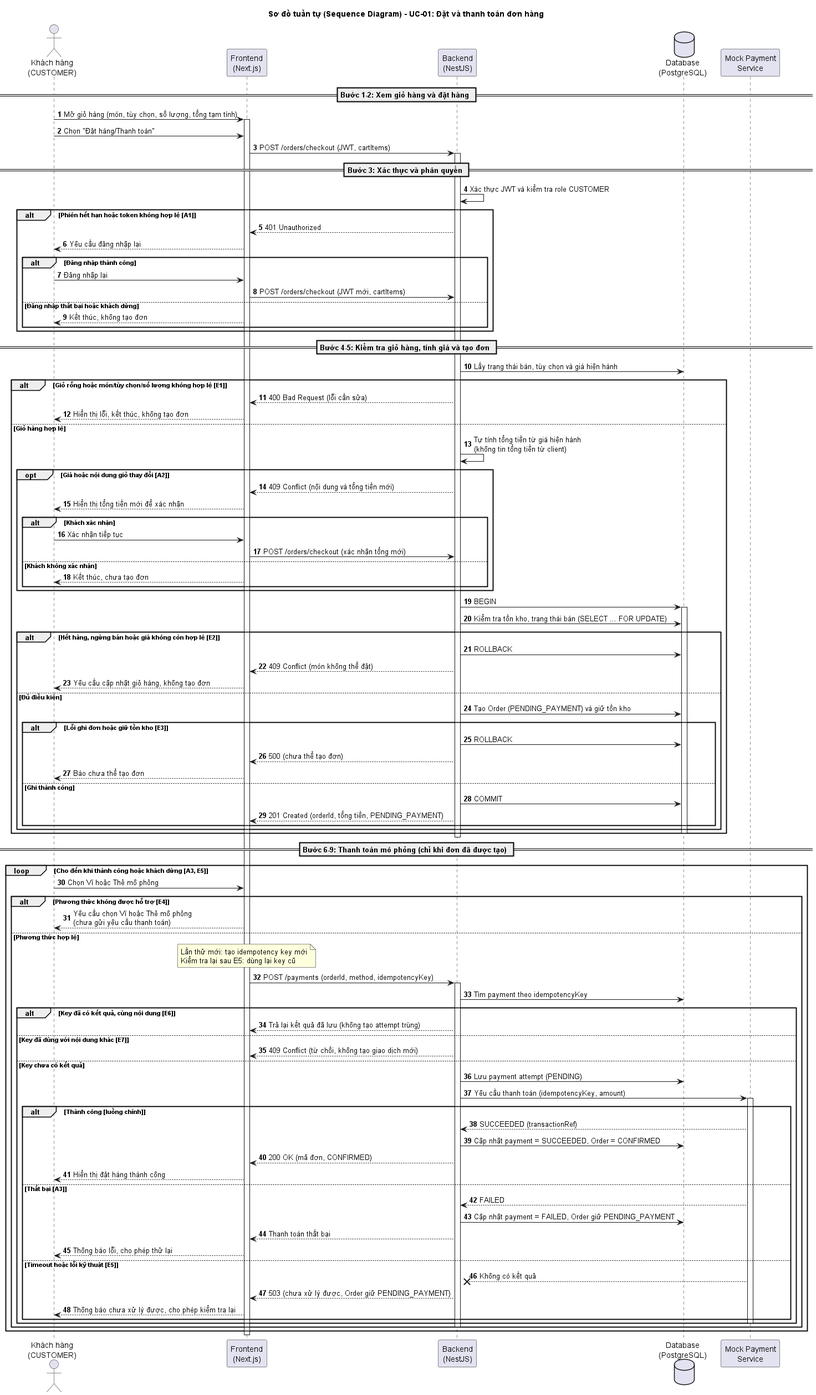
nguyenmintam23-z/BrewLite keeps this PlantUML diagram as docs/diagrams/exports/Sequence_Order_Checkout.png. Above is the earlier version. The source it was exported from:
```plantuml
@startuml Sequence_Order_Checkout
autonumber
skinparam BoxPadding 10
skinparam ParticipantPadding 10

actor "Khách hàng\n(CUSTOMER)" as Customer
participant "Frontend\n(Next.js)" as FE
participant "Backend\n(NestJS)" as BE
database "Database\n(PostgreSQL)" as DB
participant "Mock Payment\nService" as PaymentSvc

title Sơ đồ tuần tự (Sequence Diagram) - UC-01: Đặt và thanh toán đơn hàng

== Bước 1-2: Xem giỏ hàng và đặt hàng ==
Customer -> FE: Mở giỏ hàng (món, tùy chọn, số lượng, tổng tạm tính)
activate FE
Customer -> FE: Chọn "Đặt hàng/Thanh toán"
FE -> BE: POST /orders/checkout (JWT, cartItems)
activate BE

== Bước 3: Xác thực và phân quyền ==
BE -> BE: Xác thực JWT và kiểm tra role CUSTOMER
alt Phiên hết hạn hoặc token không hợp lệ [A1]
    BE --> FE: 401 Unauthorized
    FE --> Customer: Yêu cầu đăng nhập lại
    alt Đăng nhập thành công
        Customer -> FE: Đăng nhập lại
        FE -> BE: POST /orders/checkout (JWT mới, cartItems)
    else Đăng nhập thất bại hoặc khách dừng
        FE --> Customer: Kết thúc, không tạo đơn
    end
end

== Bước 4-5: Kiểm tra giỏ hàng, tính giá và tạo đơn ==
BE -> DB: Lấy trạng thái bán, tùy chọn và giá hiện hành
alt Giỏ rỗng hoặc món/tùy chọn/số lượng không hợp lệ [E1]
    BE --> FE: 400 Bad Request (lỗi cần sửa)
    FE --> Customer: Hiển thị lỗi, kết thúc, không tạo đơn
else Giỏ hàng hợp lệ
    BE -> BE: Tự tính tổng tiền từ giá hiện hành\n(không tin tổng tiền từ client)
    opt Giá hoặc nội dung giỏ thay đổi [A2]
        BE --> FE: 409 Conflict (nội dung và tổng tiền mới)
        FE --> Customer: Hiển thị tổng tiền mới để xác nhận
        alt Khách xác nhận
            Customer -> FE: Xác nhận tiếp tục
            FE -> BE: POST /orders/checkout (xác nhận tổng mới)
        else Khách không xác nhận
            FE --> Customer: Kết thúc, chưa tạo đơn
        end
    end

    BE -> DB: BEGIN
    activate DB
    BE -> DB: Kiểm tra tồn kho, trạng thái bán (SELECT ... FOR UPDATE)
    alt Hết hàng, ngừng bán hoặc giá không còn hợp lệ [E2]
        BE -> DB: ROLLBACK
        BE --> FE: 409 Conflict (món không thể đặt)
        FE --> Customer: Yêu cầu cập nhật giỏ hàng, không tạo đơn
    else Đủ điều kiện
        BE -> DB: Tạo Order (PENDING_PAYMENT) và giữ tồn kho
        alt Lỗi ghi đơn hoặc giữ tồn kho [E3]
            BE -> DB: ROLLBACK
            BE --> FE: 500 (chưa thể tạo đơn)
            FE --> Customer: Báo chưa thể tạo đơn
        else Ghi thành công
            BE -> DB: COMMIT
            BE --> FE: 201 Created (orderId, tổng tiền, PENDING_PAYMENT)
        end
    end
    deactivate DB
end
deactivate BE

== Bước 6-9: Thanh toán mô phỏng (chỉ khi đơn đã được tạo) ==
loop Cho đến khi thành công hoặc khách dừng [A3, E5]
    Customer -> FE: Chọn Ví hoặc Thẻ mô phỏng
    alt Phương thức không được hỗ trợ [E4]
        FE --> Customer: Yêu cầu chọn Ví hoặc Thẻ mô phỏng\n(chưa gửi yêu cầu thanh toán)
    else Phương thức hợp lệ
        note over FE: Lần thử mới: tạo idempotency key mới\nKiểm tra lại sau E5: dùng lại key cũ
        FE -> BE: POST /payments (orderId, method, idempotencyKey)
        activate BE
        BE -> DB: Tìm payment theo idempotencyKey
        alt Key đã có kết quả, cùng nội dung [E6]
            BE --> FE: Trả lại kết quả đã lưu (không tạo attempt trùng)
        else Key đã dùng với nội dung khác [E7]
            BE --> FE: 409 Conflict (từ chối, không tạo giao dịch mới)
        else Key chưa có kết quả
            BE -> DB: Lưu payment attempt (PENDING)
            BE -> PaymentSvc: Yêu cầu thanh toán (idempotencyKey, amount)
            activate PaymentSvc
            alt Thành công [luồng chính]
                PaymentSvc --> BE: SUCCEEDED (transactionRef)
                BE -> DB: Cập nhật payment = SUCCEEDED, Order = CONFIRMED
                BE --> FE: 200 OK (mã đơn, CONFIRMED)
                FE --> Customer: Hiển thị đặt hàng thành công
            else Thất bại [A3]
                PaymentSvc --> BE: FAILED
                BE -> DB: Cập nhật payment = FAILED, Order giữ PENDING_PAYMENT
                BE --> FE: Thanh toán thất bại
                FE --> Customer: Thông báo lỗi, cho phép thử lại
            else Timeout hoặc lỗi kỹ thuật [E5]
                PaymentSvc -->x BE: Không có kết quả
                BE --> FE: 503 (chưa xử lý được, Order giữ PENDING_PAYMENT)
                FE --> Customer: Thông báo chưa xử lý được, cho phép kiểm tra lại
            end
            deactivate PaymentSvc
        end
        deactivate BE
    end
end

deactivate FE
@enduml
```
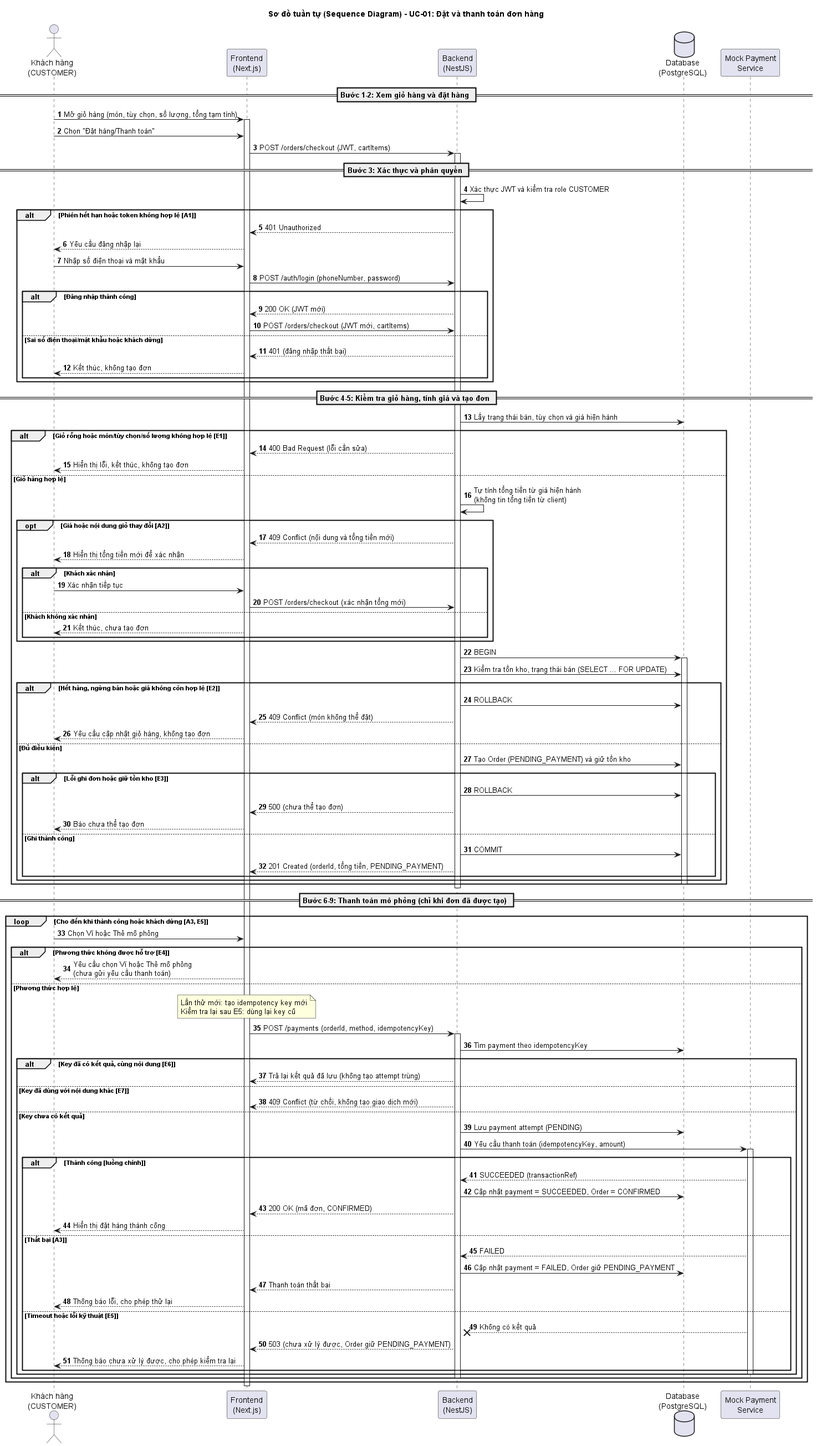
Later version of the same file.

Change to the diagram source:
```diff
@@ -23,10 +23,13 @@
 alt Phiên hết hạn hoặc token không hợp lệ [A1]
     BE --> FE: 401 Unauthorized
     FE --> Customer: Yêu cầu đăng nhập lại
+    Customer -> FE: Nhập số điện thoại và mật khẩu
+    FE -> BE: POST /auth/login (phoneNumber, password)
     alt Đăng nhập thành công
-        Customer -> FE: Đăng nhập lại
+        BE --> FE: 200 OK (JWT mới)
         FE -> BE: POST /orders/checkout (JWT mới, cartItems)
-    else Đăng nhập thất bại hoặc khách dừng
+    else Sai số điện thoại/mật khẩu hoặc khách dừng
+        BE --> FE: 401 (đăng nhập thất bại)
         FE --> Customer: Kết thúc, không tạo đơn
     end
 end
```
